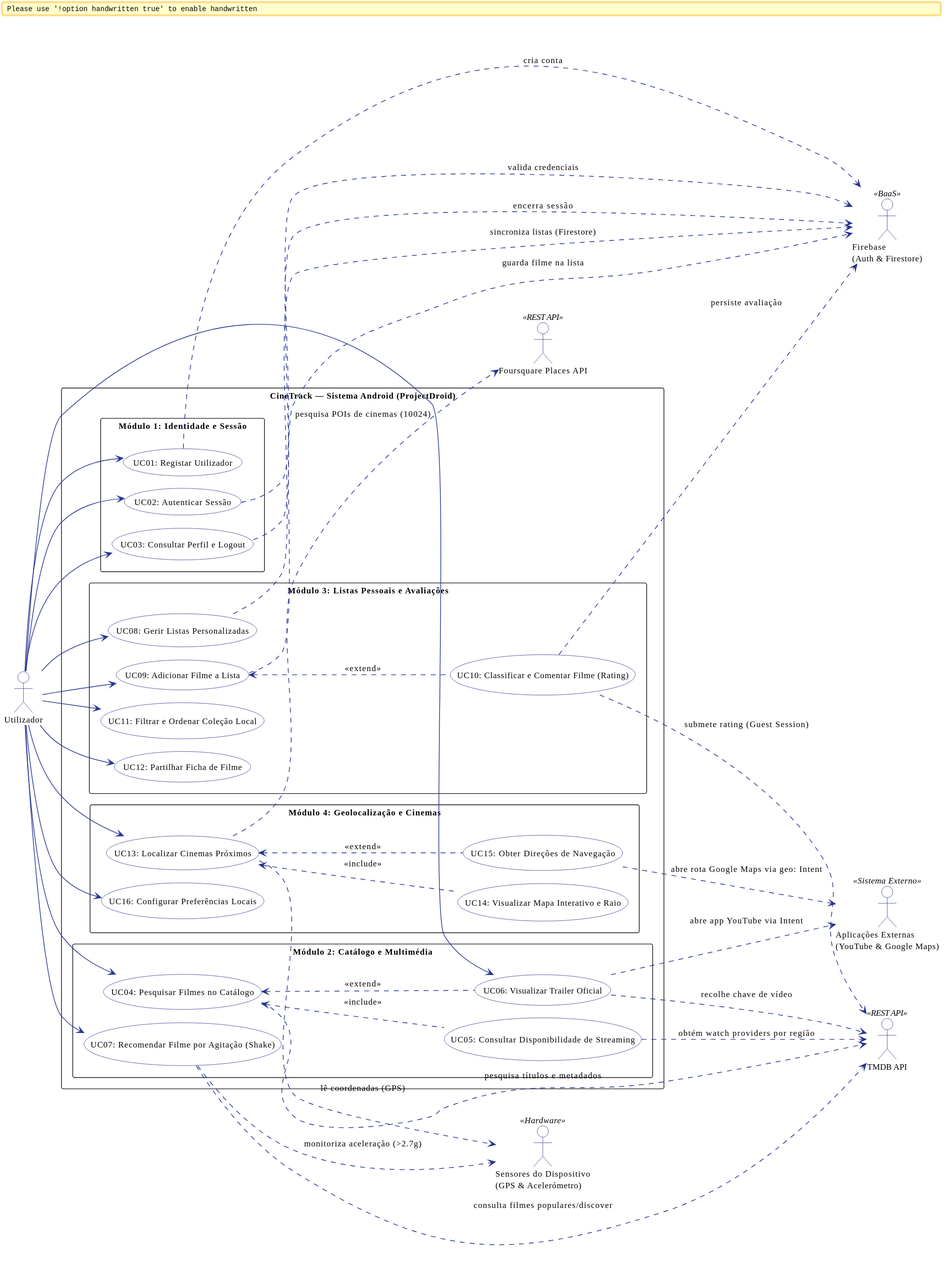
The PlantUML diagram docs/global-artifacts/svg/ucd.svg in Andre-1240567/DSSMV_ProjectDroid_1240567_1241013, before a commit.
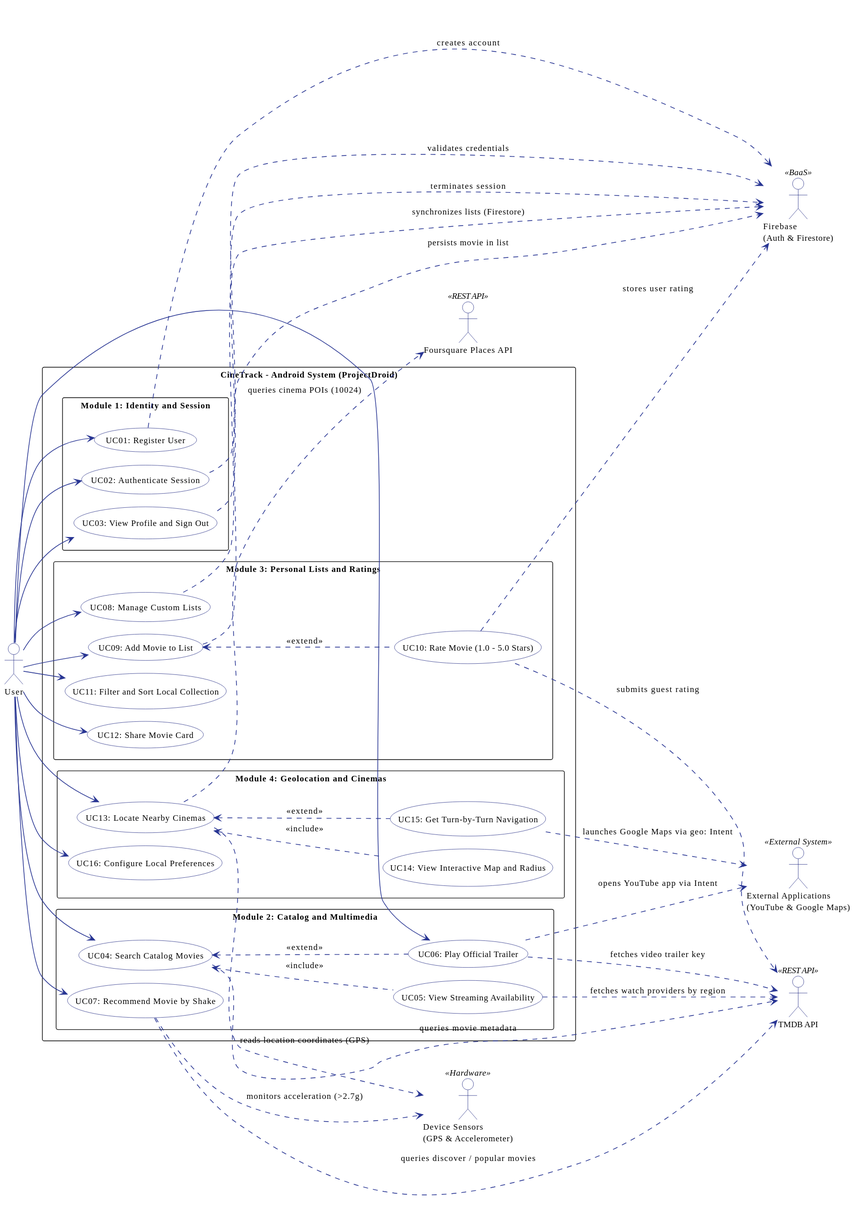
Later version of the same file.

Diff of the diagram source:
```diff
@@ -1,5 +1,4 @@
 @startuml
-skinparam handwritten false
 skinparam monochrome false
 skinparam shadowing false
 skinparam defaultFontName "Helvetica, Arial, sans-serif"
@@ -19,42 +18,42 @@
 
 left to right direction
 
-actor "Utilizador" as User
+actor "User" as User
 
 actor "Firebase\n(Auth & Firestore)" as Firebase <<BaaS>>
 actor "TMDB API" as TMDB <<REST API>>
 actor "Foursquare Places API" as FSQ <<REST API>>
-actor "Sensores do Dispositivo\n(GPS & Acelerómetro)" as Sensors <<Hardware>>
-actor "Aplicações Externas\n(YouTube & Google Maps)" as ExtApps <<Sistema Externo>>
+actor "Device Sensors\n(GPS & Accelerometer)" as Sensors <<Hardware>>
+actor "External Applications\n(YouTube & Google Maps)" as ExtApps <<External System>>
 
-rectangle "CineTrack — Sistema Android (ProjectDroid)" {
+rectangle "CineTrack - Android System (ProjectDroid)" {
 
-    package "Módulo 1: Identidade e Sessão" {
-        usecase "UC01: Registar Utilizador" as UC01
-        usecase "UC02: Autenticar Sessão" as UC02
-        usecase "UC03: Consultar Perfil e Logout" as UC03
+    package "Module 1: Identity and Session" {
+        usecase "UC01: Register User" as UC01
+        usecase "UC02: Authenticate Session" as UC02
+        usecase "UC03: View Profile and Sign Out" as UC03
     }
 
-    package "Módulo 2: Catálogo e Multimédia" {
-        usecase "UC04: Pesquisar Filmes no Catálogo" as UC04
-        usecase "UC05: Consultar Disponibilidade de Streaming" as UC05
-        usecase "UC06: Visualizar Trailer Oficial" as UC06
-        usecase "UC07: Recomendar Filme por Agitação (Shake)" as UC07
+    package "Module 2: Catalog and Multimedia" {
+        usecase "UC04: Search Catalog Movies" as UC04
+        usecase "UC05: View Streaming Availability" as UC05
+        usecase "UC06: Play Official Trailer" as UC06
+        usecase "UC07: Recommend Movie by Shake" as UC07
     }
 
-    package "Módulo 3: Listas Pessoais e Avaliações" {
-        usecase "UC08: Gerir Listas Personalizadas" as UC08
-        usecase "UC09: Adicionar Filme a Lista" as UC09
-        usecase "UC10: Classificar e Comentar Filme (Rating)" as UC10
-        usecase "UC11: Filtrar e Ordenar Coleção Local" as UC11
-        usecase "UC12: Partilhar Ficha de Filme" as UC12
+    package "Module 3: Personal Lists and Ratings" {
+        usecase "UC08: Manage Custom Lists" as UC08
+        usecase "UC09: Add Movie to List" as UC09
+        usecase "UC10: Rate Movie (1.0 - 5.0 Stars)" as UC10
+        usecase "UC11: Filter and Sort Local Collection" as UC11
+        usecase "UC12: Share Movie Card" as UC12
     }
 
-    package "Módulo 4: Geolocalização e Cinemas" {
-        usecase "UC13: Localizar Cinemas Próximos" as UC13
-        usecase "UC14: Visualizar Mapa Interativo e Raio" as UC14
-        usecase "UC15: Obter Direções de Navegação" as UC15
-        usecase "UC16: Configurar Preferências Locais" as UC16
+    package "Module 4: Geolocation and Cinemas" {
+        usecase "UC13: Locate Nearby Cinemas" as UC13
+        usecase "UC14: View Interactive Map and Radius" as UC14
+        usecase "UC15: Get Turn-by-Turn Navigation" as UC15
+        usecase "UC16: Configure Local Preferences" as UC16
     }
 }
 
@@ -77,23 +76,23 @@
 UC13 <.. UC14 : <<include>>
 UC13 <.. UC15 : <<extend>>
 
-UC01 ..> Firebase : cria conta
-UC02 ..> Firebase : valida credenciais
-UC03 ..> Firebase : encerra sessão
-UC08 ..> Firebase : sincroniza listas (Firestore)
-UC09 ..> Firebase : guarda filme na lista
-UC10 ..> Firebase : persiste avaliação
+UC01 ..> Firebase : creates account
+UC02 ..> Firebase : validates credentials
+UC03 ..> Firebase : terminates session
+UC08 ..> Firebase : synchronizes lists (Firestore)
+UC09 ..> Firebase : persists movie in list
+UC10 ..> Firebase : stores user rating
 
-UC04 ..> TMDB : pesquisa títulos e metadados
-UC05 ..> TMDB : obtém watch providers por região
-UC06 ..> TMDB : recolhe chave de vídeo
-UC07 ..> TMDB : consulta filmes populares/discover
-UC10 ..> TMDB : submete rating (Guest Session)
+UC04 ..> TMDB : queries movie metadata
+UC05 ..> TMDB : fetches watch providers by region
+UC06 ..> TMDB : fetches video trailer key
+UC07 ..> TMDB : queries discover / popular movies
+UC10 ..> TMDB : submits guest rating
 
-UC06 ..> ExtApps : abre app YouTube via Intent
-UC15 ..> ExtApps : abre rota Google Maps via geo: Intent
+UC06 ..> ExtApps : opens YouTube app via Intent
+UC15 ..> ExtApps : launches Google Maps via geo: Intent
 
-UC13 ..> FSQ : pesquisa POIs de cinemas (10024)
-UC13 ..> Sensors : lê coordenadas (GPS)
-UC07 ..> Sensors : monitoriza aceleração (>2.7g)
+UC13 ..> FSQ : queries cinema POIs (10024)
+UC13 ..> Sensors : reads location coordinates (GPS)
+UC07 ..> Sensors : monitors acceleration (>2.7g)
 @enduml
```
